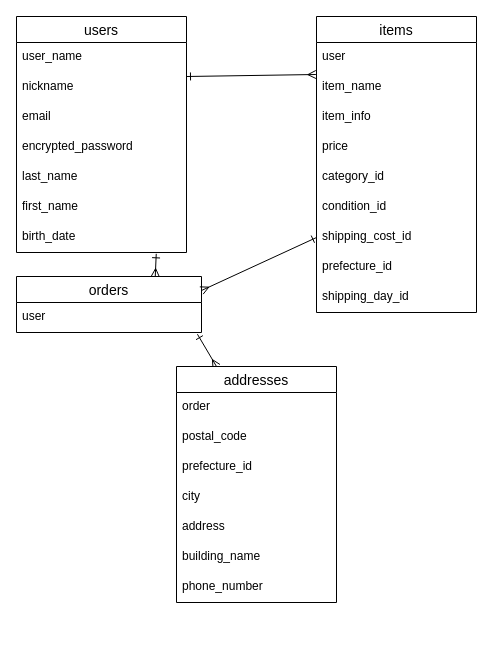
The draw.io diagram furima.dio in saika3110/furima-40416, before the edit. Source tidied: cells renumbered, new cells numbered last; positions are measured from the earlier drawing's top-left corner, leaving out a move shared by most shapes. Both pictures are drawn from the tidied source at 100%, with x=0, y=0 at pixel (16, 16).
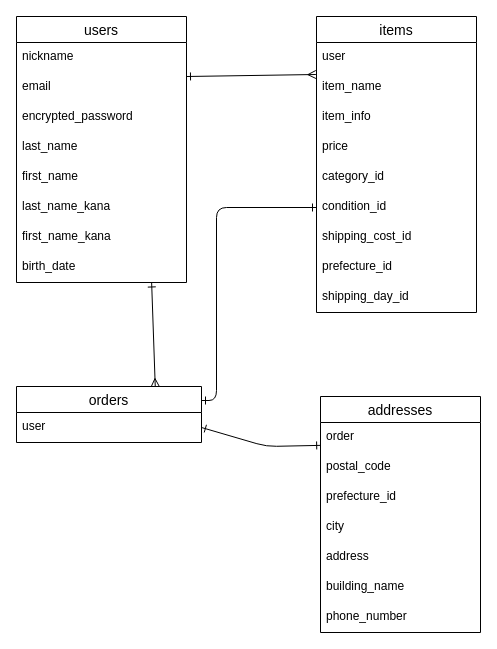
Above is the later version.

Commit message (it also covers changes not shown here):
ER図（3回目修正）

The change refers to these unchanged cells:
```xml
<mxCell id="17" value="condition_id" style="text;strokeColor=none;fillColor=none;spacingLeft=4;spacingRight=4;overflow=hidden;points=[[0,0.5],[1,0.5]];portConstraint=eastwest;fontSize=12;" parent="11" vertex="1">
  <mxGeometry y="176" width="160" height="30" as="geometry" />
</mxCell>
<mxCell id="18" value="shipping_cost_id" style="text;strokeColor=none;fillColor=none;spacingLeft=4;spacingRight=4;overflow=hidden;points=[[0,0.5],[1,0.5]];portConstraint=eastwest;fontSize=12;" parent="11" vertex="1">
  <mxGeometry y="206" width="160" height="30" as="geometry" />
</mxCell>
<mxCell id="23" value="user&#10;" style="text;strokeColor=none;fillColor=none;spacingLeft=4;spacingRight=4;overflow=hidden;points=[[0,0.5],[1,0.5]];portConstraint=eastwest;fontSize=12;" parent="22" vertex="1">
  <mxGeometry y="26" width="185" height="30" as="geometry" />
</mxCell>
<mxCell id="26" value="order&#10;" style="text;strokeColor=none;fillColor=none;spacingLeft=4;spacingRight=4;overflow=hidden;points=[[0,0.5],[1,0.5]];portConstraint=eastwest;fontSize=12;" parent="25" vertex="1">
  <mxGeometry y="26" width="160" height="30" as="geometry" />
</mxCell>
```

What changed in the source:
```diff
@@
     <mxCell id="3" value="users" style="swimlane;fontStyle=0;horizontal=1;startSize=26;align=center;fontSize=14;" parent="1" vertex="1">
-      <mxGeometry width="170" height="236" as="geometry" />
+      <mxGeometry width="170" height="266" as="geometry" />
     </mxCell>
-    <mxCell id="4" value="user_name" style="text;strokeColor=none;fillColor=none;spacingLeft=4;spacingRight=4;overflow=hidden;fontSize=12;" parent="3" vertex="1">
-      <mxGeometry y="26" width="170" height="30" as="geometry" />
-    </mxCell>
     <mxCell id="5" value="nickname" style="text;strokeColor=none;fillColor=none;spacingLeft=4;spacingRight=4;overflow=hidden;fontSize=12;" parent="3" vertex="1">
-      <mxGeometry y="56" width="170" height="30" as="geometry" />
+      <mxGeometry y="26" width="170" height="30" as="geometry" />
     </mxCell>
     <mxCell id="6" value="email" style="text;strokeColor=none;fillColor=none;spacingLeft=4;spacingRight=4;overflow=hidden;fontSize=12;" parent="3" vertex="1">
-      <mxGeometry y="86" width="170" height="30" as="geometry" />
+      <mxGeometry y="56" width="170" height="30" as="geometry" />
     </mxCell>
     <mxCell id="7" value="encrypted_password" style="text;strokeColor=none;fillColor=none;spacingLeft=4;spacingRight=4;overflow=hidden;fontSize=12;" parent="3" vertex="1">
-      <mxGeometry y="116" width="170" height="30" as="geometry" />
+      <mxGeometry y="86" width="170" height="30" as="geometry" />
     </mxCell>
     <mxCell id="8" value="last_name" style="text;strokeColor=none;fillColor=none;spacingLeft=4;spacingRight=4;overflow=hidden;fontSize=12;" parent="3" vertex="1">
-      <mxGeometry y="146" width="170" height="30" as="geometry" />
+      <mxGeometry y="116" width="170" height="30" as="geometry" />
     </mxCell>
     <mxCell id="9" value="first_name" style="text;strokeColor=none;fillColor=none;spacingLeft=4;spacingRight=4;overflow=hidden;fontSize=12;" parent="3" vertex="1">
-      <mxGeometry y="176" width="170" height="30" as="geometry" />
+      <mxGeometry y="146" width="170" height="30" as="geometry" />
     </mxCell>
-    <mxCell id="10" value="birth_date" style="text;strokeColor=none;fillColor=none;spacingLeft=4;spacingRight=4;overflow=hidden;points=[[0,0.5],[1,0.5]];portConstraint=eastwest;fontSize=12;" parent="3" vertex="1">
-      <mxGeometry y="206" width="170" height="30" as="geometry" />
+    <mxCell id="10" value="last_name_kana" style="text;strokeColor=none;fillColor=none;spacingLeft=4;spacingRight=4;overflow=hidden;points=[[0,0.5],[1,0.5]];portConstraint=eastwest;fontSize=12;" parent="3" vertex="1">
+      <mxGeometry y="176" width="170" height="30" as="geometry" />
     </mxCell>
+    <mxCell id="34" value="first_name_kana" style="text;strokeColor=none;fillColor=none;spacingLeft=4;spacingRight=4;overflow=hidden;fontSize=12;" parent="3" vertex="1">
+      <mxGeometry y="206" width="170" height="30" as="geometry" />
+    </mxCell>
+    <mxCell id="35" value="birth_date" style="text;strokeColor=none;fillColor=none;spacingLeft=4;spacingRight=4;overflow=hidden;points=[[0,0.5],[1,0.5]];portConstraint=eastwest;fontSize=12;" parent="3" vertex="1">
+      <mxGeometry y="236" width="170" height="30" as="geometry" />
+    </mxCell>
@@
-    <mxCell id="21" style="edgeStyle=none;html=1;exitX=0.75;exitY=0;exitDx=0;exitDy=0;startArrow=ERmany;startFill=0;endArrow=ERone;endFill=0;entryX=0.822;entryY=1.044;entryDx=0;entryDy=0;entryPerimeter=0;" parent="1" edge="1" source="22" target="10">
+    <mxCell id="21" style="edgeStyle=none;html=1;exitX=0.75;exitY=0;exitDx=0;exitDy=0;startArrow=ERmany;startFill=0;endArrow=ERone;endFill=0;entryX=0.795;entryY=1.016;entryDx=0;entryDy=0;entryPerimeter=0;" parent="1" edge="1" source="22" target="35">
       <mxGeometry relative="1" as="geometry" />
     </mxCell>
+    <mxCell id="36" style="edgeStyle=orthogonalEdgeStyle;html=1;exitX=1;exitY=0.25;exitDx=0;exitDy=0;entryX=0;entryY=0.5;entryDx=0;entryDy=0;startArrow=ERone;startFill=0;endArrow=ERone;endFill=0;" parent="1" edge="1" source="22" target="17">
+      <mxGeometry relative="1" as="geometry">
+        <Array as="points">
+          <mxPoint x="200" y="384" />
+          <mxPoint x="200" y="191" />
+        </Array>
+      </mxGeometry>
+    </mxCell>
     <mxCell id="22" value="orders" style="swimlane;fontStyle=0;horizontal=1;startSize=26;align=center;fontSize=14;" parent="1" vertex="1">
-      <mxGeometry y="260" width="185" height="56" as="geometry" />
+      <mxGeometry y="370" width="185" height="56" as="geometry" />
     </mxCell>
@@
-    <mxCell id="24" style="edgeStyle=none;html=1;exitX=0.25;exitY=0;exitDx=0;exitDy=0;entryX=0.978;entryY=1.057;entryDx=0;entryDy=0;entryPerimeter=0;startArrow=ERmany;startFill=0;endArrow=ERone;endFill=0;" parent="1" edge="1" source="25" target="23">
-      <mxGeometry relative="1" as="geometry" />
+    <mxCell id="24" style="edgeStyle=none;html=1;entryX=1;entryY=0.5;entryDx=0;entryDy=0;startArrow=ERone;startFill=0;endArrow=ERone;endFill=0;exitX=0.001;exitY=0.762;exitDx=0;exitDy=0;exitPerimeter=0;" parent="1" edge="1" source="26" target="23">
+      <mxGeometry relative="1" as="geometry">
+        <Array as="points">
+          <mxPoint x="250" y="430" />
+        </Array>
+      </mxGeometry>
     </mxCell>
     <mxCell id="25" value="addresses" style="swimlane;fontStyle=0;horizontal=1;startSize=26;align=center;fontSize=14;" parent="1" vertex="1">
-      <mxGeometry x="160" y="350" width="160" height="236" as="geometry" />
+      <mxGeometry x="304" y="380" width="160" height="236" as="geometry" />
     </mxCell>
@@
-    <mxCell id="33" style="html=1;exitX=1;exitY=0.25;exitDx=0;exitDy=0;startArrow=ERmany;startFill=0;endArrow=ERone;endFill=0;entryX=0;entryY=0.5;entryDx=0;entryDy=0;" parent="1" edge="1" source="22" target="18">
-      <mxGeometry relative="1" as="geometry" />
-    </mxCell>
```
